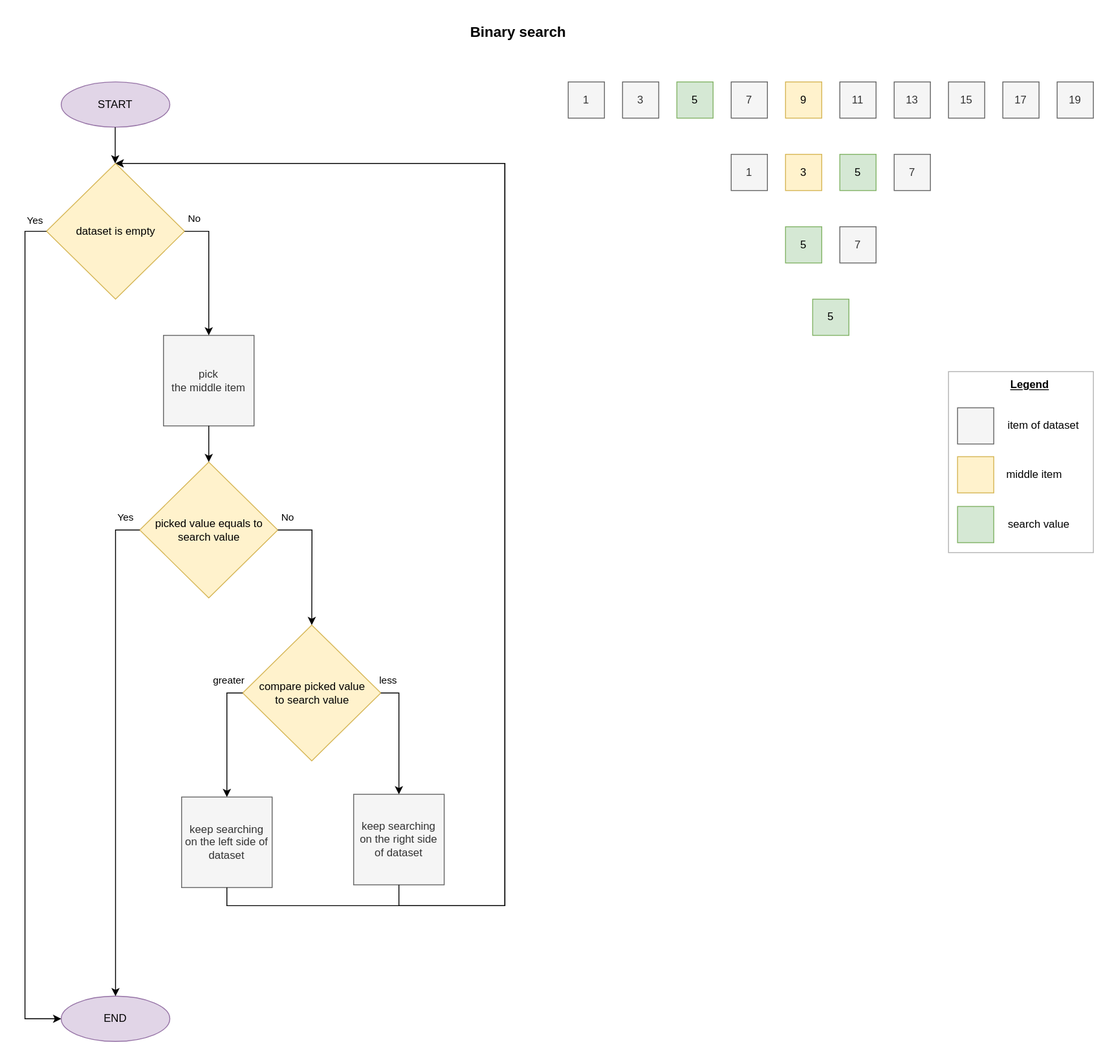
Earlier version of the draw.io export binary_search/binary_search.drawio.svg (oleksiivelychko/go-christmass). Source tidied: cells renumbered, new cells last; positions are measured from the earlier drawing's top-left corner, leaving out a move shared by most shapes.
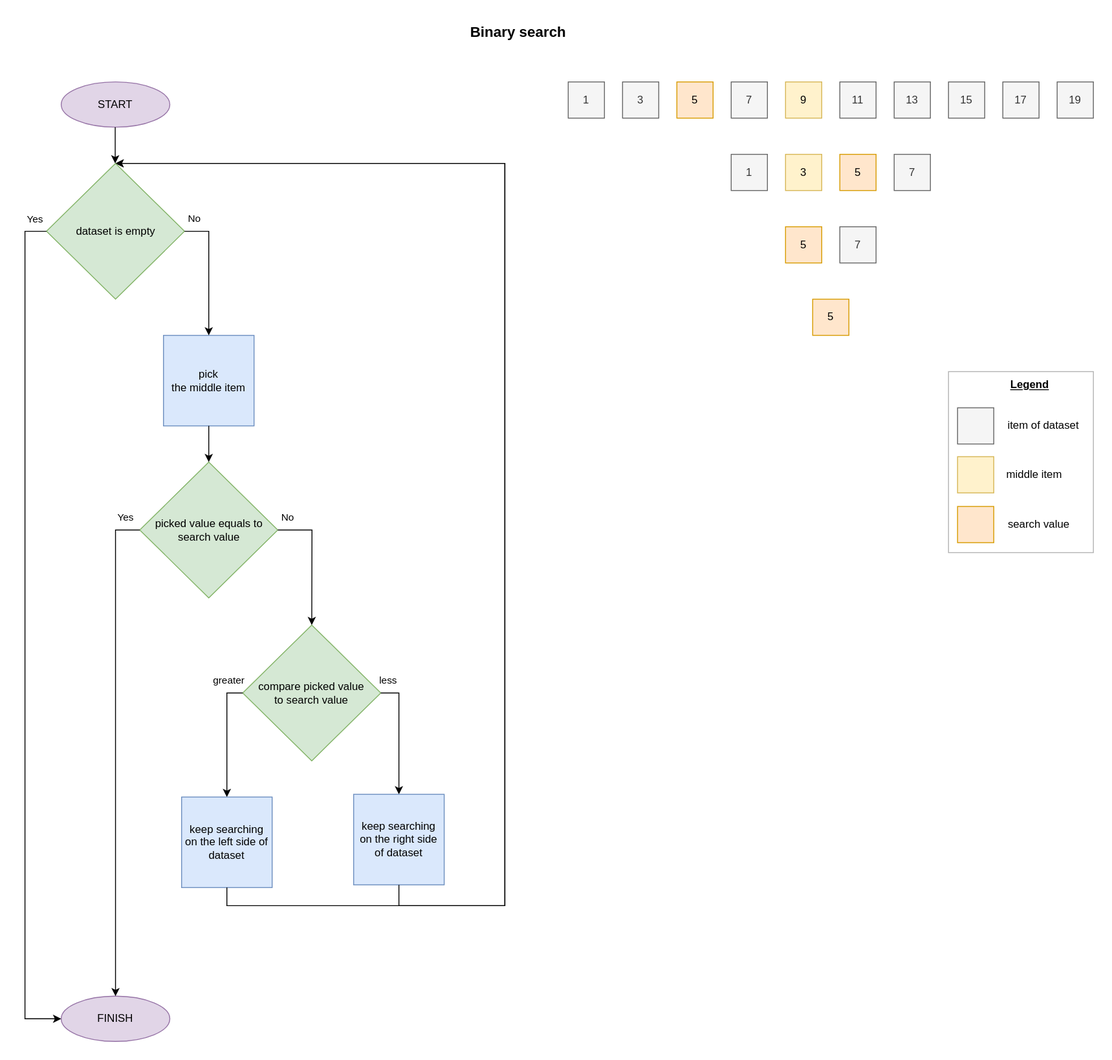
After the change.

Change to the diagram source:
```diff
@@ -5,10 +5,10 @@
     <mxCell id="2" value="START" style="ellipse;whiteSpace=wrap;html=1;fillColor=#e1d5e7;strokeColor=#9673a6;" parent="1" vertex="1">
       <mxGeometry x="40" y="70" width="120" height="50" as="geometry" />
     </mxCell>
-    <mxCell id="3" value="pick &lt;br&gt;the middle item" style="whiteSpace=wrap;html=1;fillColor=#f5f5f5;fontColor=#333333;strokeColor=#666666;" parent="1" vertex="1">
+    <mxCell id="3" value="pick &lt;br&gt;the middle item" style="whiteSpace=wrap;html=1;fillColor=#dae8fc;strokeColor=#6c8ebf;" parent="1" vertex="1">
       <mxGeometry x="153" y="350" width="100" height="100" as="geometry" />
     </mxCell>
-    <mxCell id="4" value="compare picked value &lt;br&gt;to search value" style="rhombus;whiteSpace=wrap;html=1;fillColor=#fff2cc;strokeColor=#d6b656;" parent="1" vertex="1">
+    <mxCell id="4" value="compare picked value &lt;br&gt;to search value" style="rhombus;whiteSpace=wrap;html=1;fillColor=#d5e8d4;strokeColor=#82b366;" parent="1" vertex="1">
       <mxGeometry x="240.5" y="670" width="152.5" height="150" as="geometry" />
     </mxCell>
     <mxCell id="5" style="endArrow=classic;html=1;rounded=0;exitX=0;exitY=0.5;exitDx=0;exitDy=0;entryX=0.5;entryY=0;entryDx=0;entryDy=0;" parent="1" edge="1" source="4" target="13">
@@ -36,7 +36,7 @@
         <mxPoint x="-3" y="-12" as="offset" />
       </mxGeometry>
     </mxCell>
-    <mxCell id="9" value="picked value equals to search value" style="rhombus;whiteSpace=wrap;html=1;fillColor=#fff2cc;strokeColor=#d6b656;" parent="1" vertex="1">
+    <mxCell id="9" value="picked value equals to search value" style="rhombus;whiteSpace=wrap;html=1;fillColor=#d5e8d4;strokeColor=#82b366;" parent="1" vertex="1">
       <mxGeometry x="126.8" y="490" width="152.5" height="150" as="geometry" />
     </mxCell>
     <mxCell id="10" style="endArrow=classic;html=1;rounded=0;exitX=1;exitY=0.5;exitDx=0;exitDy=0;entryX=0.5;entryY=0;entryDx=0;entryDy=0;" parent="1" edge="1" source="9" target="4">
@@ -46,42 +46,42 @@
         </Array>
       </mxGeometry>
     </mxCell>
-    <mxCell id="11" value="No" style="edgeLabel;html=1;align=center;verticalAlign=middle;" parent="10" vertex="1">
-      <mxGeometry x="-0.82" y="2" relative="1" as="geometry">
-        <mxPoint x="-3" y="-13" as="offset" />
-      </mxGeometry>
-    </mxCell>
+    <mxCell id="52" value="No" style="edgeLabel;html=1;align=center;verticalAlign=middle;" parent="10" vertex="1">
+      <mxGeometry x="-0.82" y="2" relative="1" as="geometry">
+        <mxPoint x="-3" y="-13" as="offset" />
+      </mxGeometry>
+    </mxCell>
     <mxCell id="12" style="endArrow=classic;html=1;rounded=0;exitX=0.5;exitY=1;exitDx=0;exitDy=0;entryX=0.5;entryY=0;entryDx=0;entryDy=0;" parent="1" edge="1" source="3" target="9">
       <mxGeometry relative="1" as="geometry" />
     </mxCell>
-    <mxCell id="13" value="keep searching on the left side of dataset" style="whiteSpace=wrap;html=1;fillColor=#f5f5f5;fontColor=#333333;strokeColor=#666666;" parent="1" vertex="1">
+    <mxCell id="13" value="keep searching on the left side of dataset" style="whiteSpace=wrap;html=1;fillColor=#dae8fc;strokeColor=#6c8ebf;" parent="1" vertex="1">
       <mxGeometry x="173" y="860" width="100" height="100" as="geometry" />
     </mxCell>
-    <mxCell id="14" value="keep searching on the right side of dataset" style="whiteSpace=wrap;html=1;fillColor=#f5f5f5;fontColor=#333333;strokeColor=#666666;" parent="1" vertex="1">
+    <mxCell id="14" value="keep searching on the right side of dataset" style="whiteSpace=wrap;html=1;fillColor=#dae8fc;strokeColor=#6c8ebf;" parent="1" vertex="1">
       <mxGeometry x="363" y="857" width="100" height="100" as="geometry" />
     </mxCell>
-    <mxCell id="15" value="END" style="ellipse;whiteSpace=wrap;html=1;fillColor=#e1d5e7;strokeColor=#9673a6;" parent="1" vertex="1">
-      <mxGeometry x="40" y="1080" width="120" height="50" as="geometry" />
-    </mxCell>
-    <mxCell id="16" style="endArrow=classic;html=1;rounded=0;exitX=0.5;exitY=1;exitDx=0;exitDy=0;entryX=0.5;entryY=0;entryDx=0;entryDy=0;" parent="1" edge="1">
-      <mxGeometry relative="1" as="geometry">
-        <mxPoint x="99.7" y="120" as="sourcePoint" />
-        <mxPoint x="99.7" y="160" as="targetPoint" />
-      </mxGeometry>
-    </mxCell>
-    <mxCell id="17" style="endArrow=classic;html=1;rounded=0;exitX=0;exitY=0.5;exitDx=0;exitDy=0;entryX=0.5;entryY=0;entryDx=0;entryDy=0;" parent="1" edge="1" source="9" target="15">
-      <mxGeometry relative="1" as="geometry">
-        <Array as="points">
-          <mxPoint x="100" y="565" />
-          <mxPoint x="100" y="1020" />
-        </Array>
-      </mxGeometry>
-    </mxCell>
-    <mxCell id="18" value="Yes" style="edgeLabel;html=1;align=center;verticalAlign=middle;" parent="17" vertex="1">
-      <mxGeometry x="-0.82" y="2" relative="1" as="geometry">
-        <mxPoint x="8" y="-36" as="offset" />
-      </mxGeometry>
-    </mxCell>
+    <mxCell id="53" value="FINISH" style="ellipse;whiteSpace=wrap;html=1;fillColor=#e1d5e7;strokeColor=#9673a6;" parent="1" vertex="1">
+      <mxGeometry x="40" y="1080" width="120" height="50" as="geometry" />
+    </mxCell>
+    <mxCell id="54" style="endArrow=classic;html=1;rounded=0;exitX=0.5;exitY=1;exitDx=0;exitDy=0;entryX=0.5;entryY=0;entryDx=0;entryDy=0;" parent="1" edge="1">
+      <mxGeometry relative="1" as="geometry">
+        <mxPoint x="99.7" y="120" as="sourcePoint" />
+        <mxPoint x="99.7" y="160" as="targetPoint" />
+      </mxGeometry>
+    </mxCell>
+    <mxCell id="55" style="endArrow=classic;html=1;rounded=0;exitX=0;exitY=0.5;exitDx=0;exitDy=0;entryX=0.5;entryY=0;entryDx=0;entryDy=0;" parent="1" edge="1" source="9" target="53">
+      <mxGeometry relative="1" as="geometry">
+        <Array as="points">
+          <mxPoint x="100" y="565" />
+          <mxPoint x="100" y="1020" />
+        </Array>
+      </mxGeometry>
+    </mxCell>
+    <mxCell id="56" value="Yes" style="edgeLabel;html=1;align=center;verticalAlign=middle;" parent="55" vertex="1">
+      <mxGeometry x="-0.82" y="2" relative="1" as="geometry">
+        <mxPoint x="8" y="-36" as="offset" />
+      </mxGeometry>
+    </mxCell>
     <mxCell id="19" style="endArrow=classic;html=1;rounded=0;exitX=0.5;exitY=1;exitDx=0;exitDy=0;entryX=0.5;entryY=0;entryDx=0;entryDy=0;" parent="1" edge="1" source="13" target="21">
       <mxGeometry relative="1" as="geometry">
         <Array as="points">
@@ -104,24 +104,24 @@
         </Array>
       </mxGeometry>
     </mxCell>
-    <mxCell id="21" value="dataset is empty" style="rhombus;whiteSpace=wrap;html=1;fillColor=#fff2cc;strokeColor=#d6b656;" parent="1" vertex="1">
+    <mxCell id="21" value="dataset is empty" style="rhombus;whiteSpace=wrap;html=1;fillColor=#d5e8d4;strokeColor=#82b366;" parent="1" vertex="1">
       <mxGeometry x="23.8" y="160" width="152.5" height="150" as="geometry" />
     </mxCell>
-    <mxCell id="22" style="endArrow=classic;html=1;rounded=0;exitX=0;exitY=0.5;exitDx=0;exitDy=0;entryX=0;entryY=0.5;entryDx=0;entryDy=0;" parent="1" edge="1" source="21" target="15">
-      <mxGeometry relative="1" as="geometry">
-        <Array as="points">
-          <mxPoint y="235" />
-          <mxPoint y="480" />
-          <mxPoint y="1105" />
-          <mxPoint x="20" y="1105" />
-        </Array>
-      </mxGeometry>
-    </mxCell>
-    <mxCell id="23" value="Yes" style="edgeLabel;html=1;align=center;verticalAlign=middle;" parent="22" vertex="1">
-      <mxGeometry x="-0.82" y="2" relative="1" as="geometry">
-        <mxPoint x="8" y="-72" as="offset" />
-      </mxGeometry>
-    </mxCell>
+    <mxCell id="57" style="endArrow=classic;html=1;rounded=0;exitX=0;exitY=0.5;exitDx=0;exitDy=0;entryX=0;entryY=0.5;entryDx=0;entryDy=0;" parent="1" edge="1" source="21" target="53">
+      <mxGeometry relative="1" as="geometry">
+        <Array as="points">
+          <mxPoint y="235" />
+          <mxPoint y="480" />
+          <mxPoint y="1105" />
+          <mxPoint x="20" y="1105" />
+        </Array>
+      </mxGeometry>
+    </mxCell>
+    <mxCell id="58" value="Yes" style="edgeLabel;html=1;align=center;verticalAlign=middle;" parent="57" vertex="1">
+      <mxGeometry x="-0.82" y="2" relative="1" as="geometry">
+        <mxPoint x="8" y="-72" as="offset" />
+      </mxGeometry>
+    </mxCell>
     <mxCell id="24" style="endArrow=classic;html=1;rounded=0;exitX=1;exitY=0.5;exitDx=0;exitDy=0;entryX=0.5;entryY=0;entryDx=0;entryDy=0;" parent="1" edge="1" source="21" target="3">
       <mxGeometry relative="1" as="geometry">
         <Array as="points">
@@ -129,29 +129,29 @@
         </Array>
       </mxGeometry>
     </mxCell>
-    <mxCell id="25" value="No" style="edgeLabel;html=1;align=center;verticalAlign=middle;" parent="24" vertex="1">
-      <mxGeometry x="-0.82" y="2" relative="1" as="geometry">
-        <mxPoint x="-3" y="-13" as="offset" />
-      </mxGeometry>
-    </mxCell>
+    <mxCell id="59" value="No" style="edgeLabel;html=1;align=center;verticalAlign=middle;" parent="24" vertex="1">
+      <mxGeometry x="-0.82" y="2" relative="1" as="geometry">
+        <mxPoint x="-3" y="-13" as="offset" />
+      </mxGeometry>
+    </mxCell>
     <mxCell id="26" value="Binary search" style="text;html=1;strokeColor=none;fillColor=none;align=center;verticalAlign=middle;whiteSpace=wrap;rounded=0;fontSize=16;fontStyle=1;" parent="1" vertex="1">
       <mxGeometry x="490" width="110" height="30" as="geometry" />
     </mxCell>
-    <mxCell id="27" value="1" style="whiteSpace=wrap;html=1;fillColor=#f5f5f5;fontColor=#333333;strokeColor=#666666;" parent="1" vertex="1">
-      <mxGeometry x="600" y="70" width="40" height="40" as="geometry" />
-    </mxCell>
+    <mxCell id="60" value="1" style="whiteSpace=wrap;html=1;fillColor=#f5f5f5;fontColor=#333333;strokeColor=#666666;" parent="1" vertex="1">
+      <mxGeometry x="600" y="70" width="40" height="40" as="geometry" />
+    </mxCell>
     <mxCell id="28" value="3" style="whiteSpace=wrap;html=1;fillColor=#f5f5f5;fontColor=#333333;strokeColor=#666666;" parent="1" vertex="1">
       <mxGeometry x="660" y="70" width="40" height="40" as="geometry" />
     </mxCell>
-    <mxCell id="29" value="5" style="whiteSpace=wrap;html=1;fillColor=#d5e8d4;strokeColor=#82b366;" parent="1" vertex="1">
-      <mxGeometry x="720" y="70" width="40" height="40" as="geometry" />
-    </mxCell>
-    <mxCell id="30" value="7" style="whiteSpace=wrap;html=1;fillColor=#f5f5f5;fontColor=#333333;strokeColor=#666666;" parent="1" vertex="1">
-      <mxGeometry x="780" y="70" width="40" height="40" as="geometry" />
-    </mxCell>
-    <mxCell id="31" style="whiteSpace=wrap;html=1;fillColor=#fff2cc;strokeColor=#d6b656;" parent="1" vertex="1">
-      <mxGeometry x="1030" y="484" width="40" height="40" as="geometry" />
-    </mxCell>
+    <mxCell id="61" value="5" style="whiteSpace=wrap;html=1;fillColor=#ffe6cc;strokeColor=#d79b00;" parent="1" vertex="1">
+      <mxGeometry x="720" y="70" width="40" height="40" as="geometry" />
+    </mxCell>
+    <mxCell id="62" value="7" style="whiteSpace=wrap;html=1;fillColor=#f5f5f5;fontColor=#333333;strokeColor=#666666;" parent="1" vertex="1">
+      <mxGeometry x="780" y="70" width="40" height="40" as="geometry" />
+    </mxCell>
+    <mxCell id="63" style="whiteSpace=wrap;html=1;fillColor=#fff2cc;strokeColor=#d6b656;" parent="1" vertex="1">
+      <mxGeometry x="1030" y="484" width="40" height="40" as="geometry" />
+    </mxCell>
     <mxCell id="32" value="11" style="whiteSpace=wrap;html=1;fillColor=#f5f5f5;fontColor=#333333;strokeColor=#666666;" parent="1" vertex="1">
       <mxGeometry x="900" y="70" width="40" height="40" as="geometry" />
     </mxCell>
@@ -167,27 +167,27 @@
     <mxCell id="36" value="19" style="whiteSpace=wrap;html=1;fillColor=#f5f5f5;fontColor=#333333;strokeColor=#666666;" parent="1" vertex="1">
       <mxGeometry x="1140" y="70" width="40" height="40" as="geometry" />
     </mxCell>
-    <mxCell id="37" value="1" style="whiteSpace=wrap;html=1;fillColor=#f5f5f5;fontColor=#333333;strokeColor=#666666;" parent="1" vertex="1">
-      <mxGeometry x="780" y="150" width="40" height="40" as="geometry" />
-    </mxCell>
+    <mxCell id="64" value="1" style="whiteSpace=wrap;html=1;fillColor=#f5f5f5;fontColor=#333333;strokeColor=#666666;" parent="1" vertex="1">
+      <mxGeometry x="780" y="150" width="40" height="40" as="geometry" />
+    </mxCell>
     <mxCell id="38" value="3" style="whiteSpace=wrap;html=1;fillColor=#fff2cc;strokeColor=#d6b656;" parent="1" vertex="1">
       <mxGeometry x="840" y="150" width="40" height="40" as="geometry" />
     </mxCell>
-    <mxCell id="39" value="5" style="whiteSpace=wrap;html=1;fillColor=#d5e8d4;strokeColor=#82b366;" parent="1" vertex="1">
-      <mxGeometry x="900" y="150" width="40" height="40" as="geometry" />
-    </mxCell>
-    <mxCell id="40" value="7" style="whiteSpace=wrap;html=1;fillColor=#f5f5f5;fontColor=#333333;strokeColor=#666666;" parent="1" vertex="1">
-      <mxGeometry x="960" y="150" width="40" height="40" as="geometry" />
-    </mxCell>
-    <mxCell id="41" value="5" style="whiteSpace=wrap;html=1;fillColor=#d5e8d4;strokeColor=#82b366;" parent="1" vertex="1">
-      <mxGeometry x="840" y="230" width="40" height="40" as="geometry" />
-    </mxCell>
-    <mxCell id="42" value="7" style="whiteSpace=wrap;html=1;fillColor=#f5f5f5;fontColor=#333333;strokeColor=#666666;" parent="1" vertex="1">
-      <mxGeometry x="900" y="230" width="40" height="40" as="geometry" />
-    </mxCell>
-    <mxCell id="43" value="5" style="whiteSpace=wrap;html=1;fillColor=#d5e8d4;strokeColor=#82b366;" parent="1" vertex="1">
-      <mxGeometry x="870" y="310" width="40" height="40" as="geometry" />
-    </mxCell>
+    <mxCell id="65" value="5" style="whiteSpace=wrap;html=1;fillColor=#ffe6cc;strokeColor=#d79b00;" parent="1" vertex="1">
+      <mxGeometry x="900" y="150" width="40" height="40" as="geometry" />
+    </mxCell>
+    <mxCell id="66" value="7" style="whiteSpace=wrap;html=1;fillColor=#f5f5f5;fontColor=#333333;strokeColor=#666666;" parent="1" vertex="1">
+      <mxGeometry x="960" y="150" width="40" height="40" as="geometry" />
+    </mxCell>
+    <mxCell id="67" value="5" style="whiteSpace=wrap;html=1;fillColor=#ffe6cc;strokeColor=#d79b00;" parent="1" vertex="1">
+      <mxGeometry x="840" y="230" width="40" height="40" as="geometry" />
+    </mxCell>
+    <mxCell id="68" value="7" style="whiteSpace=wrap;html=1;fillColor=#f5f5f5;fontColor=#333333;strokeColor=#666666;" parent="1" vertex="1">
+      <mxGeometry x="900" y="230" width="40" height="40" as="geometry" />
+    </mxCell>
+    <mxCell id="69" value="5" style="whiteSpace=wrap;html=1;fillColor=#ffe6cc;strokeColor=#d79b00;" parent="1" vertex="1">
+      <mxGeometry x="870" y="310" width="40" height="40" as="geometry" />
+    </mxCell>
     <mxCell id="44" value="Legend" style="text;html=1;strokeColor=none;fillColor=none;align=center;verticalAlign=middle;whiteSpace=wrap;rounded=0;fontStyle=5;" parent="1" vertex="1">
       <mxGeometry x="1080" y="390" width="60" height="30" as="geometry" />
     </mxCell>
@@ -197,20 +197,20 @@
     <mxCell id="46" value="9" style="whiteSpace=wrap;html=1;fillColor=#fff2cc;strokeColor=#d6b656;" parent="1" vertex="1">
       <mxGeometry x="840" y="70" width="40" height="40" as="geometry" />
     </mxCell>
-    <mxCell id="47" style="whiteSpace=wrap;html=1;fillColor=#d5e8d4;strokeColor=#82b366;" parent="1" vertex="1">
-      <mxGeometry x="1030" y="539" width="40" height="40" as="geometry" />
-    </mxCell>
+    <mxCell id="70" style="whiteSpace=wrap;html=1;fillColor=#ffe6cc;strokeColor=#d79b00;" parent="1" vertex="1">
+      <mxGeometry x="1030" y="539" width="40" height="40" as="geometry" />
+    </mxCell>
     <mxCell id="48" value="search value" style="text;html=1;strokeColor=none;fillColor=none;align=center;verticalAlign=middle;whiteSpace=wrap;rounded=0;" parent="1" vertex="1">
       <mxGeometry x="1080" y="544" width="80" height="30" as="geometry" />
     </mxCell>
-    <mxCell id="49" style="whiteSpace=wrap;html=1;fillColor=#f5f5f5;strokeColor=#666666;fontColor=#333333;" parent="1" vertex="1">
-      <mxGeometry x="1030" y="430" width="40" height="40" as="geometry" />
-    </mxCell>
+    <mxCell id="71" style="whiteSpace=wrap;html=1;fillColor=#f5f5f5;strokeColor=#666666;fontColor=#333333;" parent="1" vertex="1">
+      <mxGeometry x="1030" y="430" width="40" height="40" as="geometry" />
+    </mxCell>
     <mxCell id="50" value="item of dataset" style="text;html=1;strokeColor=none;fillColor=none;align=center;verticalAlign=middle;whiteSpace=wrap;rounded=0;" parent="1" vertex="1">
       <mxGeometry x="1080" y="435" width="90" height="30" as="geometry" />
     </mxCell>
-    <mxCell id="51" style="rounded=0;whiteSpace=wrap;html=1;fillStyle=auto;fillColor=none;glass=0;strokeColor=#B3B3B3;" parent="1" vertex="1">
-      <mxGeometry x="1020" y="390" width="160" height="200" as="geometry" />
-    </mxCell>
+    <mxCell id="72" style="rounded=0;whiteSpace=wrap;html=1;fillStyle=auto;fillColor=none;glass=0;strokeColor=#B3B3B3;" parent="1" vertex="1">
+      <mxGeometry x="1020" y="390" width="160" height="200" as="geometry" />
+    </mxCell>
   </root>
 </mxGraphModel>
```
